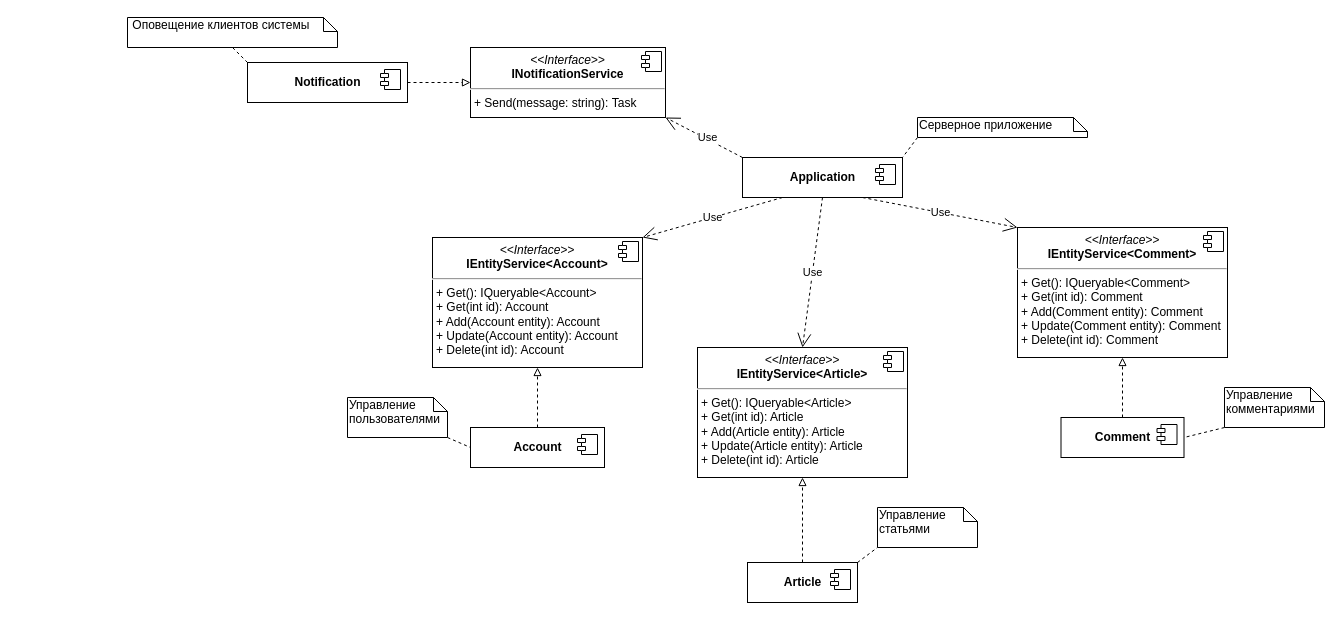
Above: Artifacts/Component Diagram.drawio in HelenMakarchuk/Infotecs.Tasks (draw.io), before the change. Source tidied: cells renumbered, new cells numbered last; positions are measured from the earlier drawing's top-left corner, leaving out a move shared by most shapes. Both pictures are drawn from the tidied source at 100%, with x=0, y=0 at pixel (127, 17).
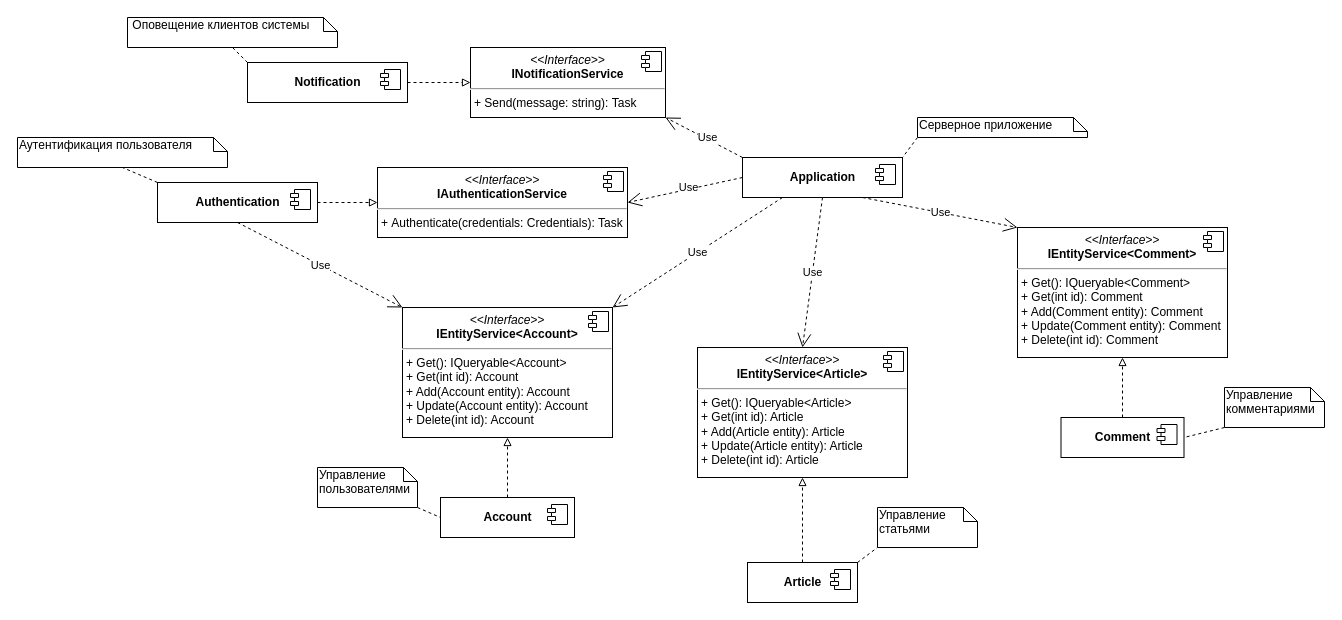
After the change.

Commit message:
Update Component Diagram

Unchanged cells that the change refers to:
```xml
<mxCell id="22" value="&lt;b&gt;Application&lt;/b&gt;" style="html=1;" parent="1" vertex="1">
  <mxGeometry x="615" y="140" width="160" height="40" as="geometry" />
</mxCell>
```

Change to the diagram source:
```diff
@@
     <mxCell id="10" value="&lt;b&gt;Account&lt;/b&gt;" style="html=1;" parent="1" vertex="1">
-      <mxGeometry x="343" y="410" width="134" height="40" as="geometry" />
+      <mxGeometry x="313" y="480" width="134" height="40" as="geometry" />
     </mxCell>
@@
     <mxCell id="21" value="Управление пользователями" style="shape=note;whiteSpace=wrap;html=1;size=14;verticalAlign=top;align=left;spacingTop=-6;" parent="1" vertex="1">
-      <mxGeometry x="220" y="380" width="100" height="40" as="geometry" />
+      <mxGeometry x="190" y="450" width="100" height="40" as="geometry" />
     </mxCell>
@@
     <mxCell id="29" value="&lt;p style=&quot;margin: 0px ; margin-top: 6px ; text-align: center&quot;&gt;&lt;i&gt;&amp;lt;&amp;lt;Interface&amp;gt;&amp;gt;&lt;/i&gt;&lt;br&gt;&lt;b&gt;IEntityService&amp;lt;&lt;/b&gt;&lt;b&gt;Account&lt;/b&gt;&lt;b&gt;&amp;gt;&lt;/b&gt;&lt;br&gt;&lt;/p&gt;&lt;hr&gt;&lt;p style=&quot;margin: 0px 0px 0px 4px&quot;&gt;+ Get():&amp;nbsp;IQueryable&amp;lt;&lt;span style=&quot;text-align: center&quot;&gt;Account&lt;/span&gt;&amp;gt;&lt;/p&gt;&lt;p style=&quot;margin: 0px 0px 0px 4px&quot;&gt;+ Get(int id): Account&lt;/p&gt;&lt;p style=&quot;margin: 0px 0px 0px 4px&quot;&gt;+ Add(Account entity): Account&lt;/p&gt;&lt;p style=&quot;margin: 0px 0px 0px 4px&quot;&gt;+ Update(Account entity): Account&lt;br&gt;+ Delete(int id): Account&lt;/p&gt;" style="align=left;overflow=fill;html=1;" parent="1" vertex="1">
-      <mxGeometry x="305" y="220" width="210" height="130" as="geometry" />
+      <mxGeometry x="275" y="290" width="210" height="130" as="geometry" />
     </mxCell>
@@
+    <mxCell id="38" style="edgeStyle=none;rounded=0;jettySize=auto;html=1;exitX=0;exitY=0;exitDx=0;exitDy=0;entryX=0.5;entryY=1;entryDx=0;entryDy=0;entryPerimeter=0;dashed=1;endArrow=none;endFill=0;" parent="1" edge="1" source="40" target="42">
+      <mxGeometry relative="1" as="geometry" />
+    </mxCell>
+    <mxCell id="39" style="edgeStyle=none;rounded=0;jettySize=auto;html=1;exitX=1;exitY=0.5;exitDx=0;exitDy=0;entryX=0;entryY=0.5;entryDx=0;entryDy=0;dashed=1;sourcePerimeterSpacing=-1;endArrow=block;endFill=0;endSize=6;" parent="1" edge="1" source="40" target="43">
+      <mxGeometry relative="1" as="geometry" />
+    </mxCell>
+    <mxCell id="40" value="&lt;b&gt;Authentication&lt;/b&gt;" style="html=1;" parent="1" vertex="1">
+      <mxGeometry x="30" y="165" width="160" height="40" as="geometry" />
+    </mxCell>
+    <mxCell id="41" style="shape=component;jettyWidth=8;jettyHeight=4;" parent="40" vertex="1">
+      <mxGeometry x="1" width="20" height="20" relative="1" as="geometry">
+        <mxPoint x="-27" y="7" as="offset" />
+      </mxGeometry>
+    </mxCell>
+    <mxCell id="42" value="&lt;div style=&quot;text-align: center&quot;&gt;&lt;span&gt;Аутентификация пользователя&lt;/span&gt;&lt;/div&gt;" style="shape=note;whiteSpace=wrap;html=1;size=14;verticalAlign=top;align=left;spacingTop=-6;" parent="1" vertex="1">
+      <mxGeometry x="-110" y="120" width="210" height="30" as="geometry" />
+    </mxCell>
+    <mxCell id="43" value="&lt;p style=&quot;margin: 0px ; margin-top: 6px ; text-align: center&quot;&gt;&lt;i&gt;&amp;lt;&amp;lt;Interface&amp;gt;&amp;gt;&lt;/i&gt;&lt;br&gt;&lt;b&gt;I&lt;/b&gt;&lt;b&gt;Authentication&lt;/b&gt;&lt;b&gt;Service&lt;/b&gt;&lt;br&gt;&lt;/p&gt;&lt;hr&gt;&lt;p style=&quot;margin: 0px 0px 0px 4px&quot;&gt;+&amp;nbsp;&lt;span style=&quot;text-align: center&quot;&gt;Authenticate&lt;/span&gt;(credentials: Credentials):&amp;nbsp;Task&lt;/p&gt;&amp;nbsp;" style="align=left;overflow=fill;html=1;" parent="1" vertex="1">
+      <mxGeometry x="250" y="150" width="250" height="70" as="geometry" />
+    </mxCell>
+    <mxCell id="44" style="shape=component;jettyWidth=8;jettyHeight=4;" parent="43" vertex="1">
+      <mxGeometry x="1" width="20" height="20" relative="1" as="geometry">
+        <mxPoint x="-24" y="4" as="offset" />
+      </mxGeometry>
+    </mxCell>
+    <mxCell id="45" value="Use" style="endArrow=open;endSize=12;dashed=1;html=1;entryX=1;entryY=0.5;entryDx=0;entryDy=0;exitX=0;exitY=0.5;exitDx=0;exitDy=0;" parent="1" edge="1" source="22" target="43">
+      <mxGeometry x="-0.07" y="-2" relative="1" as="geometry" />
+    </mxCell>
+    <mxCell id="46" value="Use" style="endArrow=open;endSize=12;dashed=1;html=1;exitX=0.5;exitY=1;exitDx=0;exitDy=0;entryX=0;entryY=0;entryDx=0;entryDy=0;" parent="1" edge="1" source="40" target="29">
+      <mxGeometry relative="1" as="geometry" />
+    </mxCell>
```
